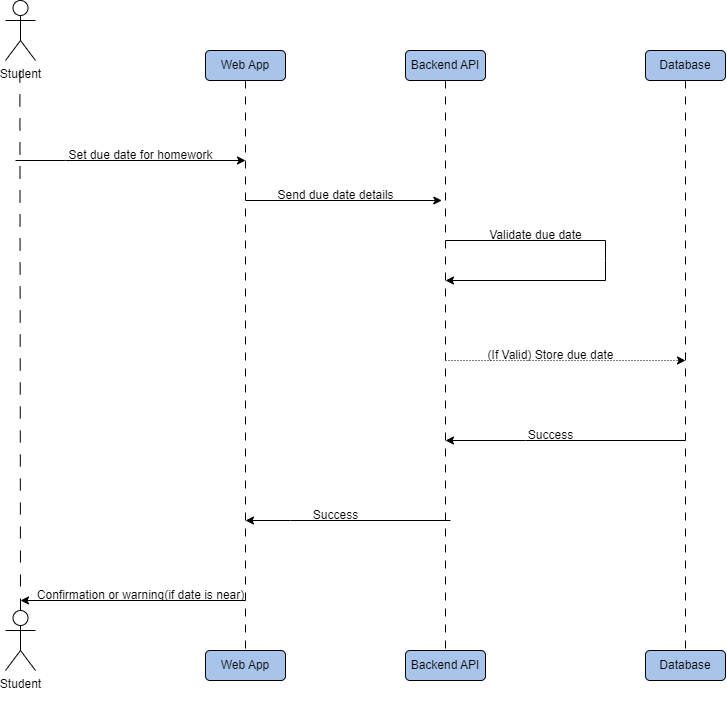
DevajMody/mdd-team-5-project keeps this draw.io diagram as images/sequence_Categorize_by_subject.png. Above is the earlier version. Source tidied: cells renumbered, new cells last; positions are measured from the earlier drawing's top-left corner, leaving out a move shared by most shapes.
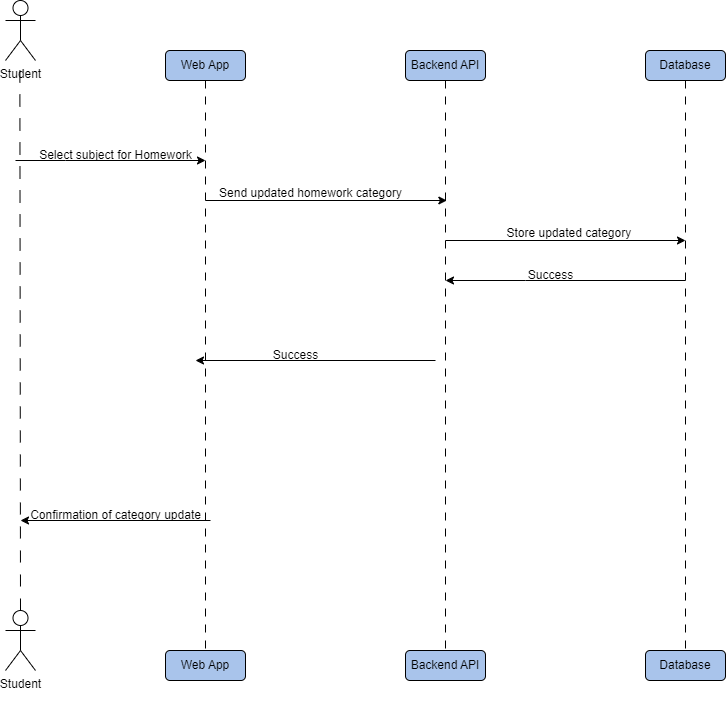
Later version of the same file.

Commit message:
Sequence Diagrams

Diff of the diagram source:
```diff
@@ -17,7 +17,7 @@
       <mxGeometry relative="1" as="geometry" />
     </mxCell>
     <mxCell id="6" value="Web App" style="rounded=1;whiteSpace=wrap;html=1;labelBackgroundColor=#A9C4EB;fillColor=#A9C4EB;" parent="1" vertex="1">
-      <mxGeometry x="200" y="50" width="80" height="30" as="geometry" />
+      <mxGeometry x="160" y="50" width="80" height="30" as="geometry" />
     </mxCell>
     <mxCell id="7" style="edgeStyle=orthogonalEdgeStyle;rounded=0;jettySize=auto;html=1;endArrow=none;endFill=0;dashed=1;dashPattern=8 8;" parent="1" edge="1" source="8" target="12">
       <mxGeometry relative="1" as="geometry" />
@@ -32,7 +32,7 @@
       <mxGeometry x="640" y="50" width="80" height="30" as="geometry" />
     </mxCell>
     <mxCell id="11" value="Web App" style="rounded=1;whiteSpace=wrap;html=1;labelBackgroundColor=#A9C4EB;fillColor=#A9C4EB;" parent="1" vertex="1">
-      <mxGeometry x="200" y="650" width="80" height="30" as="geometry" />
+      <mxGeometry x="160" y="650" width="80" height="30" as="geometry" />
     </mxCell>
     <mxCell id="12" value="Backend API" style="rounded=1;whiteSpace=wrap;html=1;labelBackgroundColor=#A9C4EB;fillColor=#A9C4EB;" parent="1" vertex="1">
       <mxGeometry x="400" y="650" width="80" height="30" as="geometry" />
@@ -43,85 +43,62 @@
     <mxCell id="14" style="edgeStyle=none;orthogonalLoop=1;jettySize=auto;html=1;rounded=0;endArrow=classic;endFill=1;" parent="1" edge="1">
       <mxGeometry relative="1" as="geometry">
         <mxPoint x="10" y="160" as="sourcePoint" />
-        <mxPoint x="240" y="160" as="targetPoint" />
+        <mxPoint x="200" y="160" as="targetPoint" />
         <Array as="points">
           <mxPoint x="60" y="160" />
         </Array>
       </mxGeometry>
     </mxCell>
-    <mxCell id="15" value="Set due date for homework" style="text;html=1;align=center;verticalAlign=middle;strokeColor=none;fillColor=none;" parent="1" vertex="1">
-      <mxGeometry x="50" y="140" width="170" height="30" as="geometry" />
+    <mxCell id="15" value="Select subject for Homework" style="text;html=1;align=center;verticalAlign=middle;strokeColor=none;fillColor=none;" parent="1" vertex="1">
+      <mxGeometry x="20" y="140" width="180" height="30" as="geometry" />
     </mxCell>
     <mxCell id="16" style="edgeStyle=none;orthogonalLoop=1;jettySize=auto;html=1;rounded=0;" parent="1" edge="1">
       <mxGeometry relative="1" as="geometry">
-        <mxPoint x="240" y="200" as="sourcePoint" />
-        <mxPoint x="436.3" y="200" as="targetPoint" />
+        <mxPoint x="200" y="200" as="sourcePoint" />
+        <mxPoint x="441.3" y="200" as="targetPoint" />
       </mxGeometry>
     </mxCell>
-    <mxCell id="17" value="Send due date details" style="text;html=1;align=center;verticalAlign=middle;strokeColor=none;fillColor=none;" parent="1" vertex="1">
-      <mxGeometry x="260" y="180" width="140" height="30" as="geometry" />
+    <mxCell id="17" value="Send updated homework category" style="text;html=1;align=center;verticalAlign=middle;strokeColor=none;fillColor=none;" parent="1" vertex="1">
+      <mxGeometry x="200" y="178" width="210" height="30" as="geometry" />
     </mxCell>
-    <mxCell id="18" style="edgeStyle=none;orthogonalLoop=1;jettySize=auto;html=1;rounded=0;endArrow=none;endFill=0;" parent="1" edge="1">
+    <mxCell id="18" style="edgeStyle=none;orthogonalLoop=1;jettySize=auto;html=1;rounded=0;" parent="1" edge="1">
       <mxGeometry relative="1" as="geometry">
         <mxPoint x="440" y="240" as="sourcePoint" />
-        <mxPoint x="600" y="240" as="targetPoint" />
+        <mxPoint x="680" y="240" as="targetPoint" />
       </mxGeometry>
     </mxCell>
+    <mxCell id="29" value="Store updated category&amp;nbsp;" style="text;html=1;align=center;verticalAlign=middle;strokeColor=none;fillColor=none;" parent="1" vertex="1">
+      <mxGeometry x="490" y="218" width="150" height="30" as="geometry" />
+    </mxCell>
     <mxCell id="19" style="edgeStyle=none;orthogonalLoop=1;jettySize=auto;html=1;rounded=0;startArrow=classic;startFill=1;endArrow=none;endFill=0;" parent="1" edge="1">
       <mxGeometry relative="1" as="geometry">
-        <mxPoint x="440" y="440" as="sourcePoint" />
-        <mxPoint x="680" y="440" as="targetPoint" />
+        <mxPoint x="440" y="280" as="sourcePoint" />
+        <mxPoint x="680" y="280" as="targetPoint" />
         <Array as="points">
-          <mxPoint x="520" y="440" />
+          <mxPoint x="520" y="280" />
         </Array>
       </mxGeometry>
     </mxCell>
-    <mxCell id="20" value="(If Valid) Store due date" style="text;html=1;align=center;verticalAlign=middle;strokeColor=none;fillColor=none;" parent="1" vertex="1">
-      <mxGeometry x="470" y="340" width="150" height="30" as="geometry" />
+    <mxCell id="20" value="Success" style="text;html=1;align=center;verticalAlign=middle;strokeColor=none;fillColor=none;" parent="1" vertex="1">
+      <mxGeometry x="510" y="260" width="70" height="30" as="geometry" />
     </mxCell>
-    <mxCell id="21" style="edgeStyle=none;orthogonalLoop=1;jettySize=auto;html=1;rounded=0;startArrow=none;startFill=0;endArrow=classic;endFill=1;dashed=1;dashPattern=1 2;" parent="1" edge="1">
+    <mxCell id="21" style="edgeStyle=none;orthogonalLoop=1;jettySize=auto;html=1;rounded=0;startArrow=classic;startFill=1;endArrow=none;endFill=0;" parent="1" edge="1">
       <mxGeometry relative="1" as="geometry">
-        <mxPoint x="440" y="360" as="sourcePoint" />
-        <mxPoint x="680" y="360" as="targetPoint" />
+        <mxPoint x="190" y="360" as="sourcePoint" />
+        <mxPoint x="430" y="360" as="targetPoint" />
       </mxGeometry>
     </mxCell>
     <mxCell id="22" value="Success" style="text;html=1;align=center;verticalAlign=middle;strokeColor=none;fillColor=none;" parent="1" vertex="1">
-      <mxGeometry x="510" y="420" width="70" height="30" as="geometry" />
+      <mxGeometry x="255" y="340" width="70" height="30" as="geometry" />
     </mxCell>
     <mxCell id="23" style="edgeStyle=none;orthogonalLoop=1;jettySize=auto;html=1;rounded=0;startArrow=classic;startFill=1;endArrow=none;endFill=0;" parent="1" edge="1">
       <mxGeometry relative="1" as="geometry">
-        <mxPoint x="15" y="600" as="sourcePoint" />
-        <mxPoint x="240" y="600" as="targetPoint" />
+        <mxPoint x="15" y="520" as="sourcePoint" />
+        <mxPoint x="205" y="520" as="targetPoint" />
       </mxGeometry>
     </mxCell>
-    <mxCell id="24" value="Confirmation or warning(if date is near)" style="text;html=1;align=center;verticalAlign=middle;strokeColor=none;fillColor=none;" parent="1" vertex="1">
-      <mxGeometry x="20" y="580" width="230" height="30" as="geometry" />
+    <mxCell id="24" value="Confirmation of category update" style="text;html=1;align=center;verticalAlign=middle;strokeColor=none;fillColor=none;" parent="1" vertex="1">
+      <mxGeometry x="15" y="500" width="190" height="30" as="geometry" />
     </mxCell>
-    <mxCell id="25" style="edgeStyle=none;orthogonalLoop=1;jettySize=auto;html=1;rounded=0;" parent="1" edge="1">
-      <mxGeometry relative="1" as="geometry">
-        <mxPoint x="600" y="240" as="sourcePoint" />
-        <mxPoint x="440" y="280" as="targetPoint" />
-        <Array as="points">
-          <mxPoint x="600" y="260" />
-          <mxPoint x="600" y="280" />
-          <mxPoint x="440" y="280" />
-        </Array>
-      </mxGeometry>
-    </mxCell>
-    <mxCell id="26" value="Validate due date" style="text;html=1;align=center;verticalAlign=middle;strokeColor=none;fillColor=none;" parent="1" vertex="1">
-      <mxGeometry x="470" y="220" width="120" height="30" as="geometry" />
-    </mxCell>
-    <mxCell id="27" value="Success" style="text;html=1;align=center;verticalAlign=middle;strokeColor=none;fillColor=none;" parent="1" vertex="1">
-      <mxGeometry x="295" y="500" width="70" height="30" as="geometry" />
-    </mxCell>
-    <mxCell id="28" style="edgeStyle=none;orthogonalLoop=1;jettySize=auto;html=1;rounded=0;startArrow=classic;startFill=1;endArrow=none;endFill=0;" parent="1" edge="1">
-      <mxGeometry relative="1" as="geometry">
-        <mxPoint x="240" y="520" as="sourcePoint" />
-        <mxPoint x="445" y="520" as="targetPoint" />
-        <Array as="points">
-          <mxPoint x="285" y="520" />
-        </Array>
-      </mxGeometry>
-    </mxCell>
   </root>
 </mxGraphModel>
```
